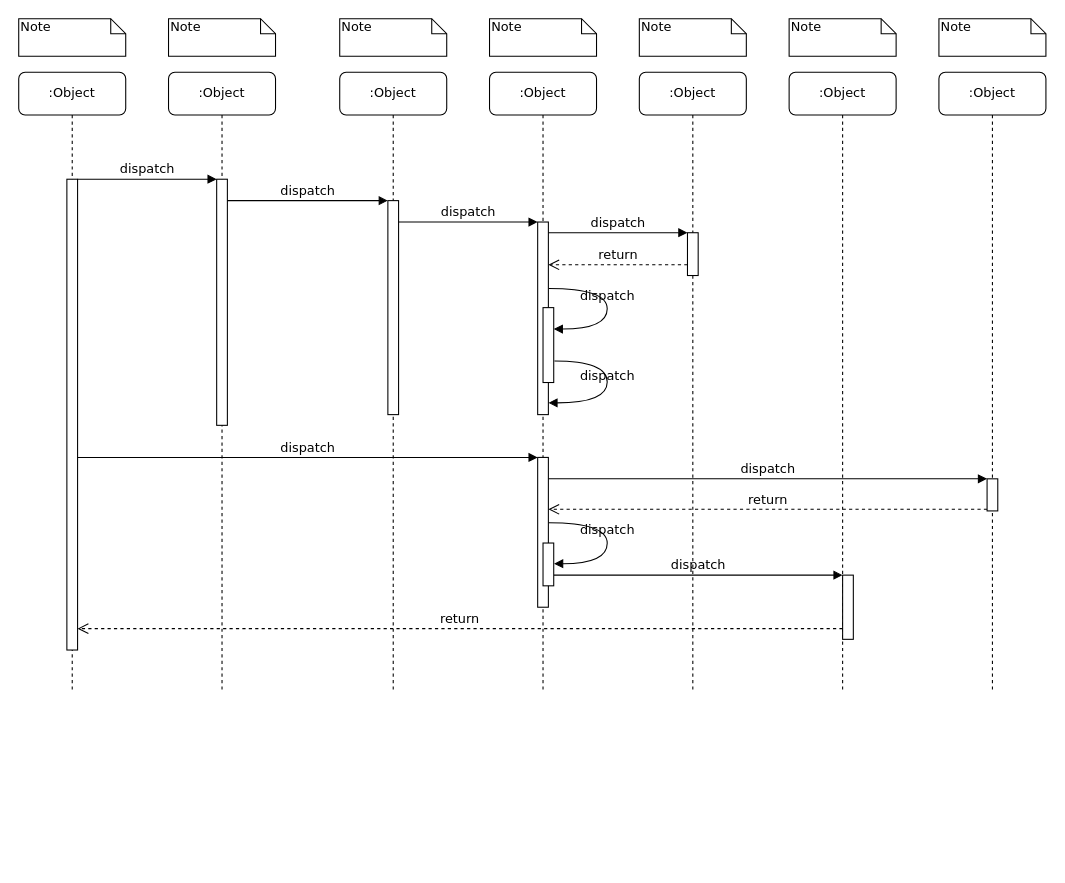
Earlier version of the draw.io diagram sequence-diagram1.drawio (best-scooter/sds). Source tidied: cells renumbered, new cells numbered last; positions are measured from the earlier drawing's top-left corner, leaving out a move shared by most shapes. Both pictures are drawn from the tidied source at 107%, with x=0, y=0 at pixel (18, 18).
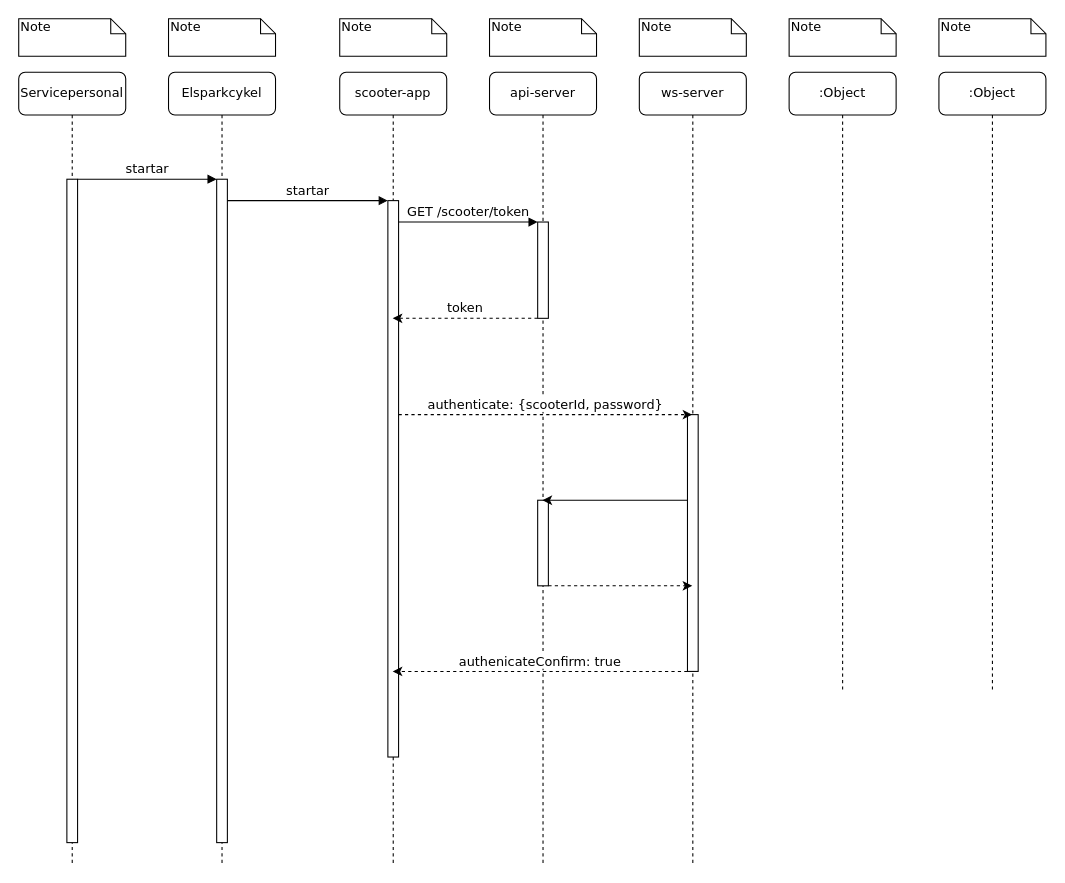
After the change.

The edit, as a diff of the source:
```diff
@@
-    <mxCell id="2" value=":Object" style="shape=umlLifeline;perimeter=lifelinePerimeter;whiteSpace=wrap;html=1;rounded=1;shadow=0;comic=0;labelBackgroundColor=none;strokeWidth=1;fontFamily=Verdana;fontSize=12;align=center;" parent="1" vertex="1">
-      <mxGeometry x="140" y="50" width="100" height="580" as="geometry" />
+    <mxCell id="2" value="Elsparkcykel" style="shape=umlLifeline;perimeter=lifelinePerimeter;whiteSpace=wrap;html=1;rounded=1;shadow=0;comic=0;labelBackgroundColor=none;strokeWidth=1;fontFamily=Verdana;fontSize=12;align=center;" parent="1" vertex="1">
+      <mxGeometry x="140" y="50" width="100" height="740" as="geometry" />
     </mxCell>
     <mxCell id="3" style="html=1;points=[];perimeter=orthogonalPerimeter;rounded=0;shadow=0;comic=0;labelBackgroundColor=none;strokeWidth=1;fontFamily=Verdana;fontSize=12;align=center;" parent="2" vertex="1">
-      <mxGeometry x="45" y="100" width="10" height="230" as="geometry" />
+      <mxGeometry x="45" y="100" width="10" height="620" as="geometry" />
     </mxCell>
-    <mxCell id="4" value=":Object" style="shape=umlLifeline;perimeter=lifelinePerimeter;whiteSpace=wrap;html=1;outlineConnect=0;rounded=1;shadow=0;comic=0;labelBackgroundColor=none;strokeWidth=1;fontFamily=Verdana;fontSize=12;align=center;" parent="1" vertex="1">
-      <mxGeometry x="300" y="50" width="100" height="580" as="geometry" />
+    <mxCell id="4" value="scooter-app" style="shape=umlLifeline;perimeter=lifelinePerimeter;whiteSpace=wrap;html=1;outlineConnect=0;rounded=1;shadow=0;comic=0;labelBackgroundColor=none;strokeWidth=1;fontFamily=Verdana;fontSize=12;align=center;" parent="1" vertex="1">
+      <mxGeometry x="300" y="50" width="100" height="740" as="geometry" />
     </mxCell>
     <mxCell id="5" style="html=1;points=[];perimeter=orthogonalPerimeter;rounded=0;shadow=0;comic=0;labelBackgroundColor=none;strokeWidth=1;fontFamily=Verdana;fontSize=12;align=center;" parent="4" vertex="1">
-      <mxGeometry x="45" y="120" width="10" height="200" as="geometry" />
+      <mxGeometry x="45" y="120" width="10" height="520" as="geometry" />
     </mxCell>
-    <mxCell id="6" value=":Object" style="shape=umlLifeline;perimeter=lifelinePerimeter;whiteSpace=wrap;html=1;outlineConnect=0;rounded=1;shadow=0;comic=0;labelBackgroundColor=none;strokeWidth=1;fontFamily=Verdana;fontSize=12;align=center;" parent="1" vertex="1">
-      <mxGeometry x="440" y="50" width="100" height="580" as="geometry" />
+    <mxCell id="6" value="api-server" style="shape=umlLifeline;perimeter=lifelinePerimeter;whiteSpace=wrap;html=1;outlineConnect=0;rounded=1;shadow=0;comic=0;labelBackgroundColor=none;strokeWidth=1;fontFamily=Verdana;fontSize=12;align=center;" parent="1" vertex="1">
+      <mxGeometry x="440" y="50" width="100" height="740" as="geometry" />
     </mxCell>
+    <mxCell id="39" style="html=1;points=[[0,0,0,0,5],[0,1,0,0,-5],[1,0,0,0,5],[1,1,0,0,-5]];perimeter=orthogonalPerimeter;outlineConnect=0;targetShapes=umlLifeline;portConstraint=eastwest;newEdgeStyle={&quot;curved&quot;:0,&quot;rounded&quot;:0};" parent="6" vertex="1">
+      <mxGeometry x="45" y="400" width="10" height="80" as="geometry" />
+    </mxCell>
-    <mxCell id="7" value=":Object" style="shape=umlLifeline;perimeter=lifelinePerimeter;whiteSpace=wrap;html=1;outlineConnect=0;rounded=1;shadow=0;comic=0;labelBackgroundColor=none;strokeWidth=1;fontFamily=Verdana;fontSize=12;align=center;" parent="1" vertex="1">
-      <mxGeometry x="580" y="50" width="100" height="580" as="geometry" />
+    <mxCell id="7" value="ws-server" style="shape=umlLifeline;perimeter=lifelinePerimeter;whiteSpace=wrap;html=1;outlineConnect=0;rounded=1;shadow=0;comic=0;labelBackgroundColor=none;strokeWidth=1;fontFamily=Verdana;fontSize=12;align=center;" parent="1" vertex="1">
+      <mxGeometry x="580" y="50" width="100" height="740" as="geometry" />
     </mxCell>
+    <mxCell id="40" style="html=1;points=[[0,0,0,0,5],[0,1,0,0,-5],[1,0,0,0,5],[1,1,0,0,-5]];perimeter=orthogonalPerimeter;outlineConnect=0;targetShapes=umlLifeline;portConstraint=eastwest;newEdgeStyle={&quot;curved&quot;:0,&quot;rounded&quot;:0};" parent="7" vertex="1">
+      <mxGeometry x="45" y="320" width="10" height="240" as="geometry" />
+    </mxCell>
@@
-    <mxCell id="10" value=":Object" style="shape=umlLifeline;perimeter=lifelinePerimeter;whiteSpace=wrap;html=1;rounded=1;shadow=0;comic=0;labelBackgroundColor=none;strokeWidth=1;fontFamily=Verdana;fontSize=12;align=center;" parent="1" vertex="1">
-      <mxGeometry y="50" width="100" height="580" as="geometry" />
+    <mxCell id="10" value="Servicepersonal" style="shape=umlLifeline;perimeter=lifelinePerimeter;whiteSpace=wrap;html=1;rounded=1;shadow=0;comic=0;labelBackgroundColor=none;strokeWidth=1;fontFamily=Verdana;fontSize=12;align=center;" parent="1" vertex="1">
+      <mxGeometry y="50" width="100" height="740" as="geometry" />
     </mxCell>
     <mxCell id="11" style="html=1;points=[];perimeter=orthogonalPerimeter;rounded=0;shadow=0;comic=0;labelBackgroundColor=none;strokeWidth=1;fontFamily=Verdana;fontSize=12;align=center;" parent="10" vertex="1">
-      <mxGeometry x="45" y="100" width="10" height="440" as="geometry" />
+      <mxGeometry x="45" y="100" width="10" height="620" as="geometry" />
     </mxCell>
+    <mxCell id="41" value="&lt;div style=&quot;font-size: 12px;&quot;&gt;token&lt;/div&gt;" style="edgeStyle=orthogonalEdgeStyle;rounded=0;jettySize=auto;html=1;dashed=1;labelPosition=center;verticalLabelPosition=top;align=center;verticalAlign=bottom;fontFamily=Verdana;fontSize=12;" parent="1" edge="1" source="12" target="4">
+      <mxGeometry relative="1" as="geometry">
+        <Array as="points">
+          <mxPoint x="420" y="280" />
+          <mxPoint x="420" y="280" />
+        </Array>
+      </mxGeometry>
+    </mxCell>
     <mxCell id="12" style="html=1;points=[];perimeter=orthogonalPerimeter;rounded=0;shadow=0;comic=0;labelBackgroundColor=none;strokeWidth=1;fontFamily=Verdana;fontSize=12;align=center;" parent="1" vertex="1">
-      <mxGeometry x="485" y="190" width="10" height="180" as="geometry" />
+      <mxGeometry x="485" y="190" width="10" height="90" as="geometry" />
     </mxCell>
-    <mxCell id="13" value="dispatch" style="html=1;verticalAlign=bottom;endArrow=block;labelBackgroundColor=none;fontFamily=Verdana;fontSize=12;edgeStyle=elbowEdgeStyle;elbow=vertical;" parent="1" edge="1" source="5" target="12">
+    <mxCell id="13" value="GET /scooter/token" style="html=1;verticalAlign=bottom;endArrow=block;labelBackgroundColor=none;fontFamily=Verdana;fontSize=12;edgeStyle=elbowEdgeStyle;elbow=vertical;" parent="1" edge="1" source="5" target="12">
       <mxGeometry relative="1" as="geometry">
         <Array as="points">
           <mxPoint x="360" y="190" />
         </Array>
       </mxGeometry>
     </mxCell>
-    <mxCell id="14" style="html=1;points=[];perimeter=orthogonalPerimeter;rounded=0;shadow=0;comic=0;labelBackgroundColor=none;strokeWidth=1;fontFamily=Verdana;fontSize=12;align=center;" parent="1" vertex="1">
-      <mxGeometry x="625" y="200" width="10" height="40" as="geometry" />
-    </mxCell>
-    <mxCell id="15" value="dispatch" style="html=1;verticalAlign=bottom;endArrow=block;entryX=0;entryY=0;labelBackgroundColor=none;fontFamily=Verdana;fontSize=12;edgeStyle=elbowEdgeStyle;elbow=vertical;" parent="1" edge="1" source="12" target="14">
-      <mxGeometry relative="1" as="geometry" />
-    </mxCell>
-    <mxCell id="16" value="return" style="html=1;verticalAlign=bottom;endArrow=open;dashed=1;endSize=8;labelBackgroundColor=none;fontFamily=Verdana;fontSize=12;edgeStyle=elbowEdgeStyle;elbow=vertical;" parent="1" edge="1" source="14" target="12">
-      <mxGeometry relative="1" as="geometry">
-        <Array as="points">
-          <mxPoint x="570" y="230" />
-          <mxPoint x="600" y="230" />
-        </Array>
-      </mxGeometry>
-    </mxCell>
-    <mxCell id="17" style="html=1;points=[];perimeter=orthogonalPerimeter;rounded=0;shadow=0;comic=0;labelBackgroundColor=none;strokeWidth=1;fontFamily=Verdana;fontSize=12;align=center;" parent="1" vertex="1">
-      <mxGeometry x="485" y="410" width="10" height="140" as="geometry" />
-    </mxCell>
-    <mxCell id="18" value="dispatch" style="html=1;verticalAlign=bottom;endArrow=block;entryX=0;entryY=0;labelBackgroundColor=none;fontFamily=Verdana;fontSize=12;" parent="1" edge="1" source="11" target="17">
-      <mxGeometry relative="1" as="geometry" />
-    </mxCell>
-    <mxCell id="19" style="html=1;points=[];perimeter=orthogonalPerimeter;rounded=0;shadow=0;comic=0;labelBackgroundColor=none;strokeColor=#000000;strokeWidth=1;fillColor=#FFFFFF;fontFamily=Verdana;fontSize=12;fontColor=#000000;align=center;" parent="1" vertex="1">
-      <mxGeometry x="905" y="430" width="10" height="30" as="geometry" />
-    </mxCell>
-    <mxCell id="20" value="dispatch" style="html=1;verticalAlign=bottom;endArrow=block;entryX=0;entryY=0;labelBackgroundColor=none;fontFamily=Verdana;fontSize=12;" parent="1" edge="1" source="17" target="19">
-      <mxGeometry relative="1" as="geometry" />
-    </mxCell>
-    <mxCell id="21" value="return" style="html=1;verticalAlign=bottom;endArrow=open;dashed=1;endSize=8;exitX=0;exitY=0.95;labelBackgroundColor=none;fontFamily=Verdana;fontSize=12;" parent="1" edge="1" source="19" target="17">
-      <mxGeometry relative="1" as="geometry" />
-    </mxCell>
-    <mxCell id="22" style="html=1;points=[];perimeter=orthogonalPerimeter;rounded=0;shadow=0;comic=0;labelBackgroundColor=none;strokeWidth=1;fontFamily=Verdana;fontSize=12;align=center;" parent="1" vertex="1">
-      <mxGeometry x="770" y="520" width="10" height="60" as="geometry" />
-    </mxCell>
-    <mxCell id="23" value="dispatch" style="html=1;verticalAlign=bottom;endArrow=block;entryX=0;entryY=0;labelBackgroundColor=none;fontFamily=Verdana;fontSize=12;edgeStyle=elbowEdgeStyle;elbow=vertical;" parent="1" edge="1" source="30" target="22">
-      <mxGeometry relative="1" as="geometry" />
-    </mxCell>
-    <mxCell id="24" value="return" style="html=1;verticalAlign=bottom;endArrow=open;dashed=1;endSize=8;labelBackgroundColor=none;fontFamily=Verdana;fontSize=12;edgeStyle=elbowEdgeStyle;elbow=vertical;" parent="1" edge="1" source="22" target="11">
-      <mxGeometry relative="1" as="geometry">
-        <Array as="points">
-          <mxPoint x="470" y="570" />
-        </Array>
-      </mxGeometry>
-    </mxCell>
-    <mxCell id="25" value="dispatch" style="html=1;verticalAlign=bottom;endArrow=block;entryX=0;entryY=0;labelBackgroundColor=none;fontFamily=Verdana;fontSize=12;edgeStyle=elbowEdgeStyle;elbow=vertical;" parent="1" edge="1" source="11" target="3">
+    <mxCell id="25" value="startar" style="html=1;verticalAlign=bottom;endArrow=block;entryX=0;entryY=0;labelBackgroundColor=none;fontFamily=Verdana;fontSize=12;edgeStyle=elbowEdgeStyle;elbow=vertical;" parent="1" edge="1" source="11" target="3">
       <mxGeometry relative="1" as="geometry" />
     </mxCell>
-    <mxCell id="26" value="dispatch" style="html=1;verticalAlign=bottom;endArrow=block;entryX=0;entryY=0;labelBackgroundColor=none;fontFamily=Verdana;fontSize=12;edgeStyle=elbowEdgeStyle;elbow=vertical;" parent="1" edge="1" source="3" target="5">
+    <mxCell id="26" value="startar" style="html=1;verticalAlign=bottom;endArrow=block;entryX=0;entryY=0;labelBackgroundColor=none;fontFamily=Verdana;fontSize=12;edgeStyle=elbowEdgeStyle;elbow=vertical;" parent="1" edge="1" source="3" target="5">
       <mxGeometry relative="1" as="geometry" />
     </mxCell>
-    <mxCell id="27" style="html=1;points=[];perimeter=orthogonalPerimeter;rounded=0;shadow=0;comic=0;labelBackgroundColor=none;strokeWidth=1;fontFamily=Verdana;fontSize=12;align=center;" parent="1" vertex="1">
-      <mxGeometry x="490" y="270" width="10" height="70" as="geometry" />
-    </mxCell>
-    <mxCell id="28" value="dispatch" style="html=1;verticalAlign=bottom;endArrow=block;labelBackgroundColor=none;fontFamily=Verdana;fontSize=12;elbow=vertical;edgeStyle=orthogonalEdgeStyle;curved=1;entryX=1;entryY=0.286;entryPerimeter=0;exitX=1.038;exitY=0.345;exitPerimeter=0;" parent="1" edge="1" source="12" target="27">
-      <mxGeometry relative="1" as="geometry">
-        <Array as="points">
-          <mxPoint x="550" y="252" />
-          <mxPoint x="550" y="290" />
-        </Array>
-      </mxGeometry>
-    </mxCell>
-    <mxCell id="29" value="dispatch" style="html=1;verticalAlign=bottom;endArrow=block;labelBackgroundColor=none;fontFamily=Verdana;fontSize=12;elbow=vertical;edgeStyle=orthogonalEdgeStyle;curved=1;exitX=1.066;exitY=0.713;exitPerimeter=0;" parent="1" edge="1" source="27">
-      <mxGeometry relative="1" as="geometry">
-        <mxPoint x="495" y="359" as="targetPoint" />
-        <Array as="points">
-          <mxPoint x="550" y="320" />
-          <mxPoint x="550" y="359" />
-        </Array>
-      </mxGeometry>
-    </mxCell>
-    <mxCell id="30" style="html=1;points=[];perimeter=orthogonalPerimeter;rounded=0;shadow=0;comic=0;labelBackgroundColor=none;strokeWidth=1;fontFamily=Verdana;fontSize=12;align=center;" parent="1" vertex="1">
-      <mxGeometry x="490" y="490" width="10" height="40" as="geometry" />
-    </mxCell>
-    <mxCell id="31" value="dispatch" style="html=1;verticalAlign=bottom;endArrow=block;labelBackgroundColor=none;fontFamily=Verdana;fontSize=12;elbow=vertical;edgeStyle=orthogonalEdgeStyle;curved=1;entryX=1;entryY=0.286;entryPerimeter=0;exitX=1.038;exitY=0.345;exitPerimeter=0;" parent="1" edge="1">
-      <mxGeometry relative="1" as="geometry">
-        <mxPoint x="495.3" y="471" as="sourcePoint" />
-        <mxPoint x="500.3" y="509.3" as="targetPoint" />
-        <Array as="points">
-          <mxPoint x="550" y="471" />
-          <mxPoint x="550" y="509" />
-        </Array>
-      </mxGeometry>
-    </mxCell>
@@
+    <mxCell id="42" value="authenticate: {scooterId, password}" style="edgeStyle=orthogonalEdgeStyle;rounded=0;jettySize=auto;html=1;dashed=1;align=center;labelPosition=center;verticalLabelPosition=top;verticalAlign=bottom;fontFamily=Verdana;fontSize=12;" parent="1" edge="1" source="5" target="7">
+      <mxGeometry relative="1" as="geometry">
+        <Array as="points">
+          <mxPoint x="550" y="370" />
+          <mxPoint x="550" y="370" />
+        </Array>
+      </mxGeometry>
+    </mxCell>
+    <mxCell id="43" value="authenicateConfirm: true" style="edgeStyle=orthogonalEdgeStyle;rounded=0;jettySize=auto;html=1;curved=0;dashed=1;labelPosition=center;verticalLabelPosition=top;align=center;verticalAlign=bottom;fontFamily=Verdana;fontSize=12;" parent="1" edge="1" source="40" target="4">
+      <mxGeometry relative="1" as="geometry">
+        <Array as="points">
+          <mxPoint x="490" y="610" />
+          <mxPoint x="490" y="610" />
+        </Array>
+      </mxGeometry>
+    </mxCell>
+    <mxCell id="44" style="edgeStyle=orthogonalEdgeStyle;rounded=0;jettySize=auto;html=1;curved=0;" parent="1" edge="1" source="40" target="6">
+      <mxGeometry relative="1" as="geometry">
+        <Array as="points">
+          <mxPoint x="610" y="450" />
+          <mxPoint x="610" y="450" />
+        </Array>
+      </mxGeometry>
+    </mxCell>
+    <mxCell id="45" style="edgeStyle=orthogonalEdgeStyle;rounded=0;jettySize=auto;html=1;curved=0;dashed=1;" parent="1" edge="1" source="39" target="7">
+      <mxGeometry relative="1" as="geometry">
+        <Array as="points">
+          <mxPoint x="570" y="530" />
+          <mxPoint x="570" y="530" />
+        </Array>
+      </mxGeometry>
+    </mxCell>
```
